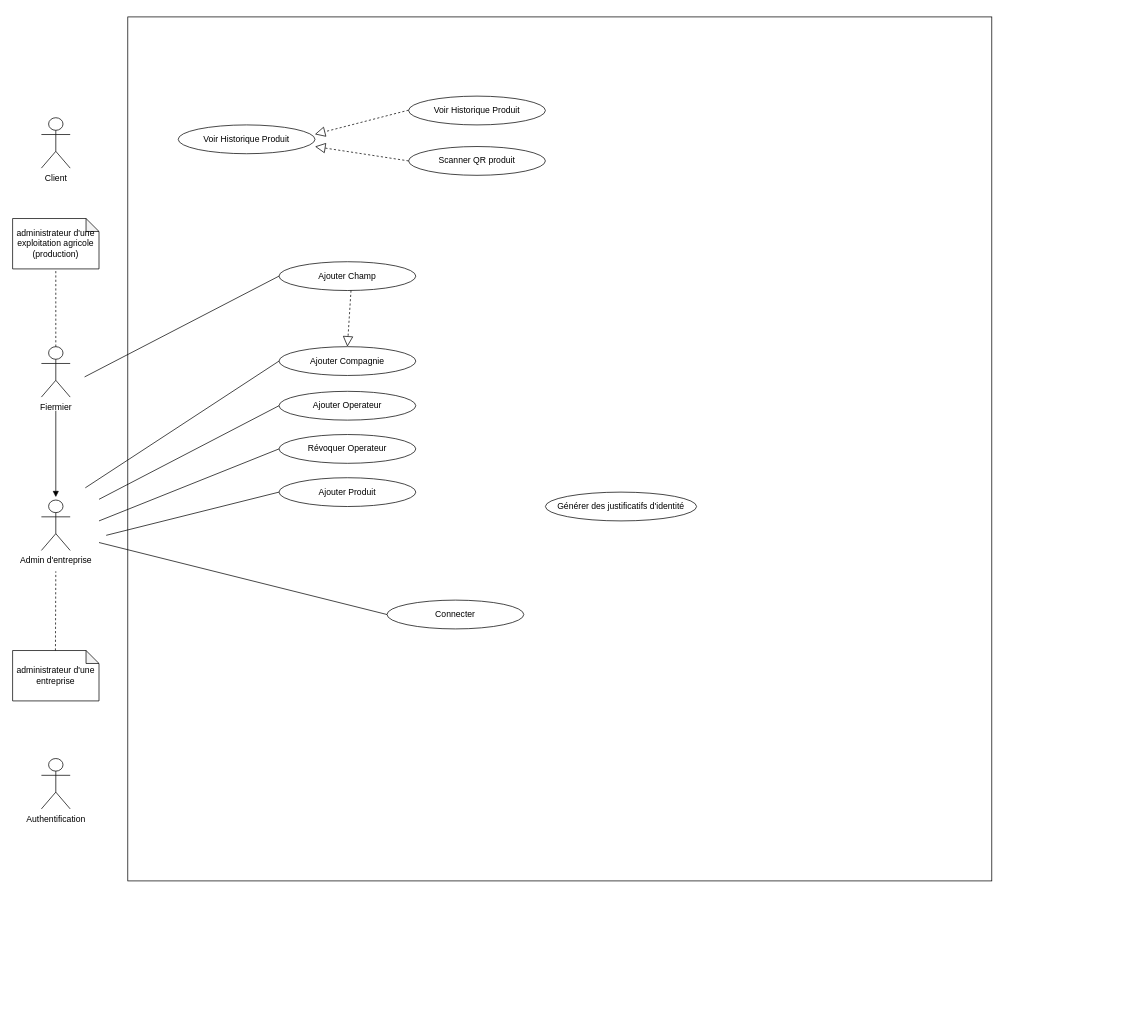
The draw.io diagram Untitled Diagram.drawio in loosker95/diagramme-de-cas-d-utilisation, before the edit. Source tidied: cells renumbered, new cells numbered last; positions are measured from the earlier drawing's top-left corner, leaving out a move shared by most shapes. Both pictures are drawn from the tidied source at 72%, with x=0, y=0 at pixel (12, 17).
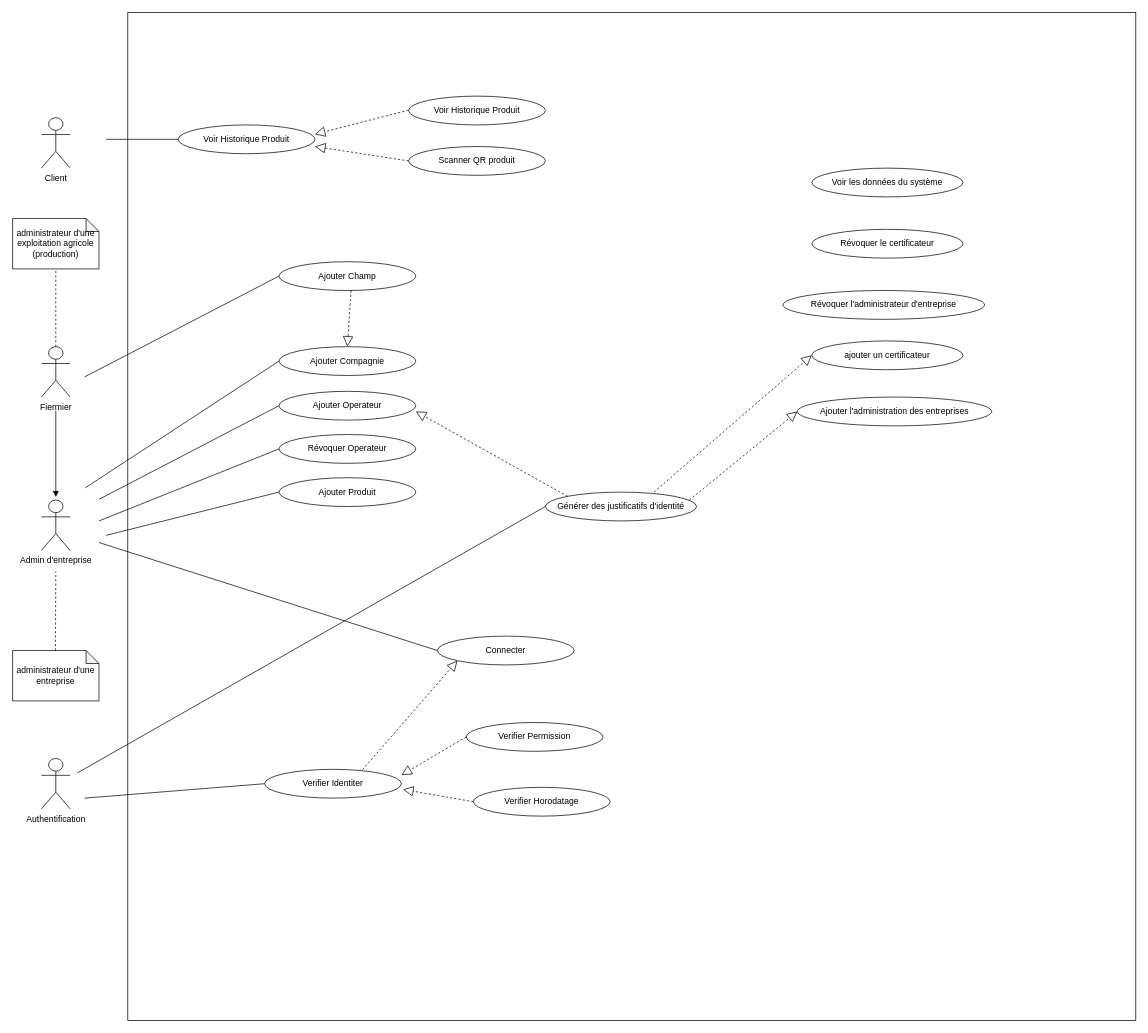
The same page after the edit.

The change refers to these unchanged cells:
```xml
<mxCell id="12" value="Voir Historique Produit" style="ellipse;whiteSpace=wrap;html=1;" parent="1" vertex="1">
  <mxGeometry x="230" y="150" width="190" height="40" as="geometry" />
</mxCell>
<mxCell id="30" value="Générer des justificatifs d'identité" style="ellipse;whiteSpace=wrap;html=1;" parent="1" vertex="1">
  <mxGeometry x="740" y="660" width="210" height="40" as="geometry" />
</mxCell>
```

What changed in the source:
```diff
@@
     <mxCell id="2" style="whiteSpace=wrap;html=1;" parent="1" vertex="1">
-      <mxGeometry x="160" width="1200" height="1200" as="geometry" />
+      <mxGeometry x="160" y="-6" width="1400" height="1400" as="geometry" />
     </mxCell>
@@
     <mxCell id="27" value="Connecter" style="ellipse;whiteSpace=wrap;html=1;" parent="1" vertex="1">
-      <mxGeometry x="520" y="810" width="190" height="40" as="geometry" />
+      <mxGeometry x="590" y="860" width="190" height="40" as="geometry" />
     </mxCell>
@@
+    <mxCell id="31" style="endArrow=block;dashed=1;endFill=0;endSize=12;html=1;exitX=0;exitY=0;exitDx=0;exitDy=0;entryX=0.5;entryY=0;entryDx=0;entryDy=0;" parent="1" edge="1" source="30">
+      <mxGeometry relative="1" as="geometry">
+        <mxPoint x="560" y="548" as="targetPoint" />
+      </mxGeometry>
+    </mxCell>
+    <mxCell id="32" style="endArrow=none;html=1;entryX=0;entryY=0.5;entryDx=0;entryDy=0;" parent="1" edge="1" target="30">
+      <mxGeometry relative="1" as="geometry">
+        <mxPoint x="90" y="1050" as="sourcePoint" />
+      </mxGeometry>
+    </mxCell>
+    <mxCell id="33" value="Verifier Identiter" style="ellipse;whiteSpace=wrap;html=1;" parent="1" vertex="1">
+      <mxGeometry x="350" y="1045" width="190" height="40" as="geometry" />
+    </mxCell>
+    <mxCell id="34" style="endArrow=none;html=1;entryX=0;entryY=0.5;entryDx=0;entryDy=0;" parent="1" edge="1" target="33">
+      <mxGeometry relative="1" as="geometry">
+        <mxPoint x="100" y="1085" as="sourcePoint" />
+      </mxGeometry>
+    </mxCell>
+    <mxCell id="35" value="Verifier Permission" style="ellipse;whiteSpace=wrap;html=1;" parent="1" vertex="1">
+      <mxGeometry x="630" y="980" width="190" height="40" as="geometry" />
+    </mxCell>
+    <mxCell id="36" value="Verifier Horodatage" style="ellipse;whiteSpace=wrap;html=1;" parent="1" vertex="1">
+      <mxGeometry x="640" y="1070" width="190" height="40" as="geometry" />
+    </mxCell>
+    <mxCell id="37" style="endArrow=block;dashed=1;endFill=0;endSize=12;html=1;entryX=0;entryY=1;entryDx=0;entryDy=0;exitX=0.716;exitY=0.013;exitDx=0;exitDy=0;exitPerimeter=0;" parent="1" edge="1" source="33" target="27">
+      <mxGeometry relative="1" as="geometry" />
+    </mxCell>
+    <mxCell id="38" style="endArrow=block;dashed=1;endFill=0;endSize=12;html=1;entryX=1.012;entryY=0.7;entryDx=0;entryDy=0;exitX=0;exitY=0.5;exitDx=0;exitDy=0;entryPerimeter=0;" parent="1" edge="1" source="36" target="33">
+      <mxGeometry relative="1" as="geometry" />
+    </mxCell>
+    <mxCell id="39" style="endArrow=block;dashed=1;endFill=0;endSize=12;html=1;entryX=1.012;entryY=0.7;entryDx=0;entryDy=0;exitX=0;exitY=0.5;exitDx=0;exitDy=0;entryPerimeter=0;" parent="1" edge="1" source="35">
+      <mxGeometry relative="1" as="geometry">
+        <mxPoint x="540" y="1053" as="targetPoint" />
+      </mxGeometry>
+    </mxCell>
+    <mxCell id="40" style="endArrow=none;html=1;entryX=0;entryY=0.5;entryDx=0;entryDy=0;" parent="1" edge="1" target="12">
+      <mxGeometry relative="1" as="geometry">
+        <mxPoint x="130" y="170" as="sourcePoint" />
+      </mxGeometry>
+    </mxCell>
+    <mxCell id="41" value="&lt;div&gt;Voir les données du système&lt;/div&gt;" style="ellipse;whiteSpace=wrap;html=1;" parent="1" vertex="1">
+      <mxGeometry x="1110" y="210" width="210" height="40" as="geometry" />
+    </mxCell>
+    <mxCell id="42" value="Révoquer le certificateur" style="ellipse;whiteSpace=wrap;html=1;" parent="1" vertex="1">
+      <mxGeometry x="1110" y="295" width="210" height="40" as="geometry" />
+    </mxCell>
+    <mxCell id="43" value="Révoquer l'administrateur d'entreprise" style="ellipse;whiteSpace=wrap;html=1;" parent="1" vertex="1">
+      <mxGeometry x="1070" y="380" width="280" height="40" as="geometry" />
+    </mxCell>
+    <mxCell id="44" value="ajouter un certificateur" style="ellipse;whiteSpace=wrap;html=1;" parent="1" vertex="1">
+      <mxGeometry x="1110" y="450" width="210" height="40" as="geometry" />
+    </mxCell>
+    <mxCell id="45" value="Ajouter l'administration des entreprises" style="ellipse;whiteSpace=wrap;html=1;" parent="1" vertex="1">
+      <mxGeometry x="1090" y="528" width="270" height="40" as="geometry" />
+    </mxCell>
+    <mxCell id="46" style="endArrow=block;dashed=1;endFill=0;endSize=12;html=1;exitX=0;exitY=0;exitDx=0;exitDy=0;entryX=0;entryY=0.5;entryDx=0;entryDy=0;" parent="1" edge="1" target="44">
+      <mxGeometry relative="1" as="geometry">
+        <mxPoint x="890.8" y="660" as="sourcePoint" />
+      </mxGeometry>
+    </mxCell>
+    <mxCell id="47" style="endArrow=block;dashed=1;endFill=0;endSize=12;html=1;exitX=0;exitY=0;exitDx=0;exitDy=0;entryX=0;entryY=0.5;entryDx=0;entryDy=0;" parent="1" edge="1" target="45">
+      <mxGeometry relative="1" as="geometry">
+        <mxPoint x="940" y="671" as="sourcePoint" />
+      </mxGeometry>
+    </mxCell>
```
